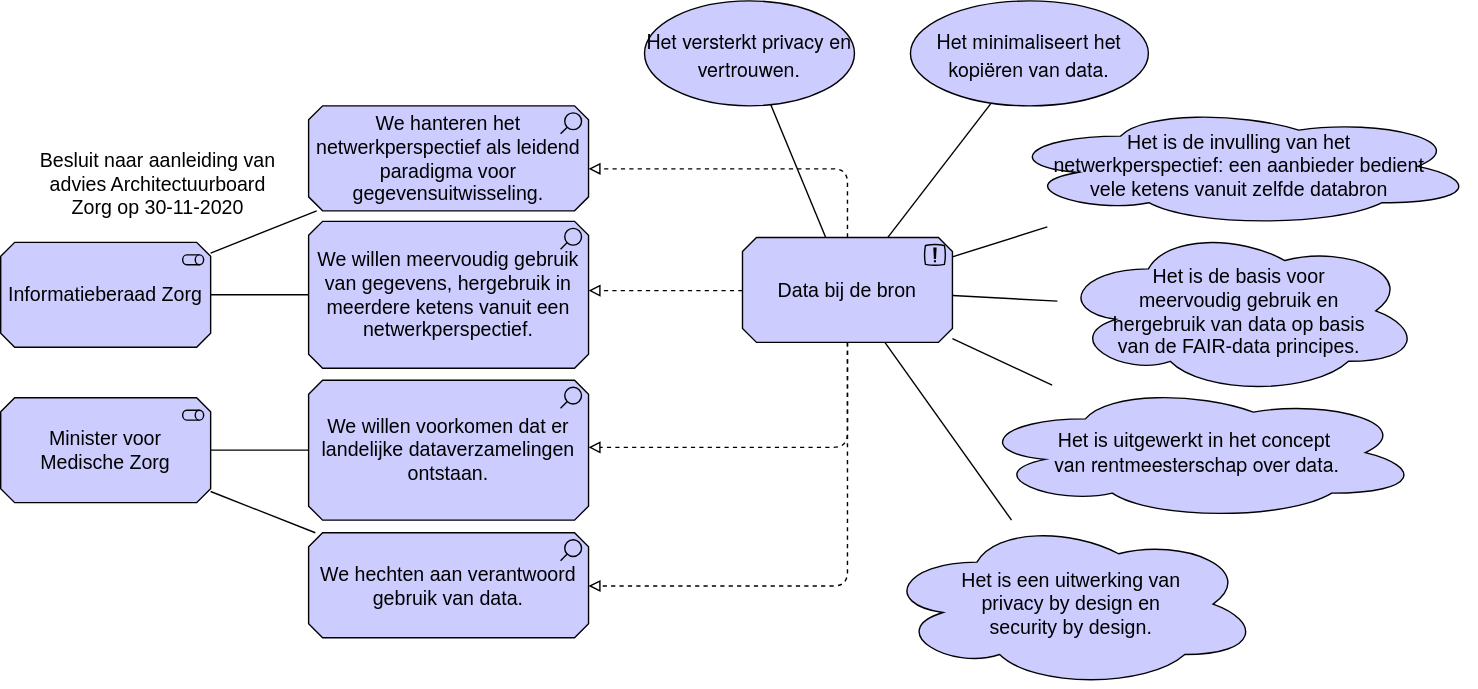
Above: .gitbook/assets/motivation/federateddata.svg in dizra/docs (draw.io), before the change. Source tidied: cells renumbered, new cells last; positions are measured from the earlier drawing's top-left corner, leaving out a move shared by most shapes.
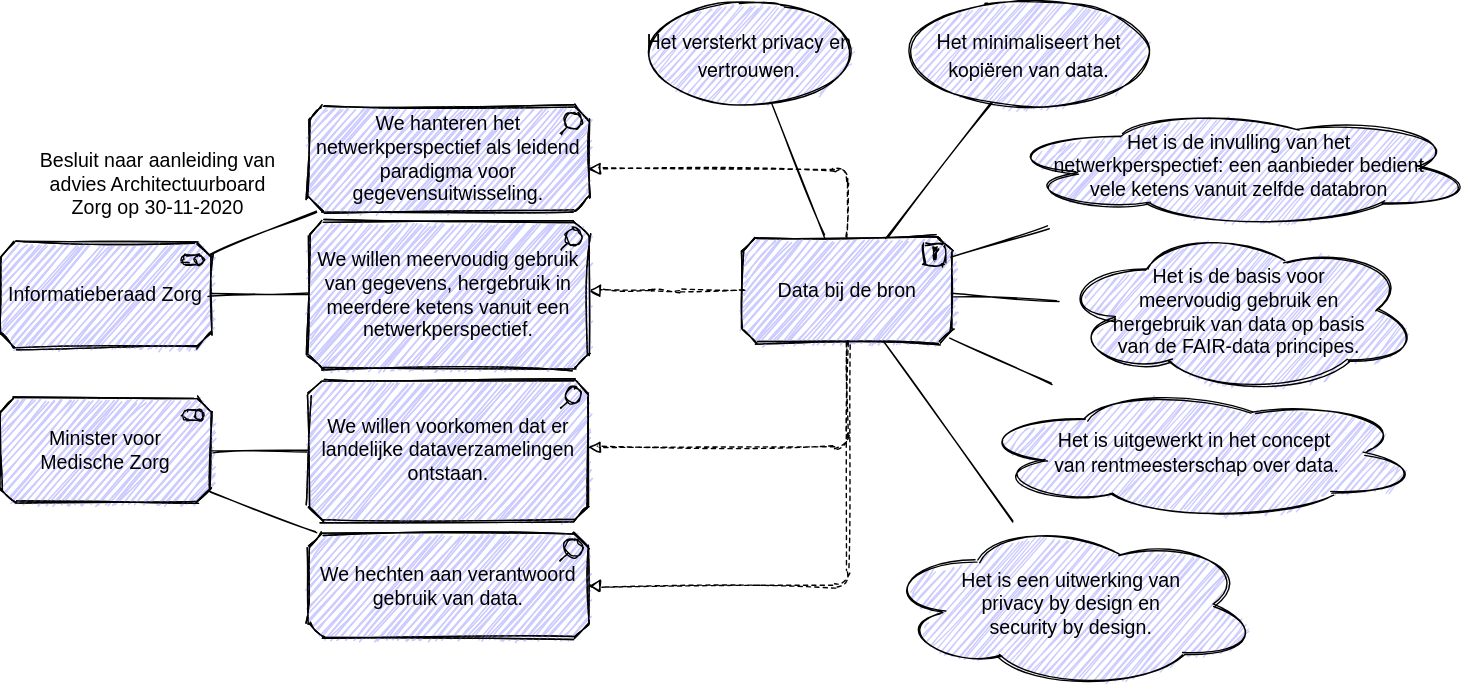
The same file after the commit.

Change to the diagram source:
```diff
@@ -2,96 +2,96 @@
   <root>
     <mxCell id="0" />
     <mxCell id="1" parent="0" />
-    <mxCell id="2" value="Data bij de bron" style="html=1;outlineConnect=0;whiteSpace=wrap;fillColor=#CCCCFF;shape=mxgraph.archimate3.application;appType=principle;archiType=oct;strokeColor=#000000;fontSize=14;fontColor=#000000;" parent="1" vertex="1">
+    <mxCell id="2" value="Data bij de bron" style="html=1;outlineConnect=0;whiteSpace=wrap;fillColor=#CCCCFF;shape=mxgraph.archimate3.application;appType=principle;archiType=oct;strokeColor=#000000;fontSize=14;fontColor=#000000;sketch=1;" parent="1" vertex="1">
       <mxGeometry x="530" y="169" width="150" height="75" as="geometry" />
     </mxCell>
-    <mxCell id="3" value="&lt;p class=&quot;p1&quot; style=&quot;margin: 0px ; font-stretch: normal ; font-size: 14px ; line-height: normal ; font-family: &amp;#34;helvetica neue&amp;#34;&quot;&gt;Het versterkt privacy en vertrouwen.&lt;/p&gt;" style="shape=ellipse;html=1;whiteSpace=wrap;fillColor=#CCCCFF;perimeter=ellipsePerimeter;strokeColor=#000000;fontSize=14;fontColor=#000000;" parent="1" vertex="1">
+    <mxCell id="3" value="&lt;p class=&quot;p1&quot; style=&quot;margin: 0px ; font-stretch: normal ; font-size: 14px ; line-height: normal ; font-family: &amp;#34;helvetica neue&amp;#34;&quot;&gt;Het versterkt privacy en vertrouwen.&lt;/p&gt;" style="shape=ellipse;html=1;whiteSpace=wrap;fillColor=#CCCCFF;perimeter=ellipsePerimeter;strokeColor=#000000;fontSize=14;fontColor=#000000;sketch=1;" parent="1" vertex="1">
       <mxGeometry x="460" width="150" height="75" as="geometry" />
     </mxCell>
-    <mxCell id="4" style="endArrow=none;html=1;fontSize=14;" parent="1" edge="1" source="2" target="3">
+    <mxCell id="4" style="endArrow=none;html=1;fontSize=14;sketch=1;" parent="1" edge="1" source="2" target="3">
       <mxGeometry relative="1" as="geometry" />
     </mxCell>
-    <mxCell id="5" value="Het is een uitwerking van &lt;br style=&quot;font-size: 14px&quot;&gt;privacy by design en &lt;br style=&quot;font-size: 14px&quot;&gt;security by design." style="shape=cloud;html=1;whiteSpace=wrap;fillColor=#CCCCFF;strokeColor=#000000;fontSize=14;fontColor=#000000;" parent="1" vertex="1">
+    <mxCell id="5" value="Het is een uitwerking van &lt;br style=&quot;font-size: 14px&quot;&gt;privacy by design en &lt;br style=&quot;font-size: 14px&quot;&gt;security by design." style="shape=cloud;html=1;whiteSpace=wrap;fillColor=#CCCCFF;strokeColor=#000000;fontSize=14;fontColor=#000000;sketch=1;" parent="1" vertex="1">
       <mxGeometry x="630" y="371" width="270" height="120" as="geometry" />
     </mxCell>
-    <mxCell id="6" style="endArrow=none;html=1;fontSize=14;" parent="1" edge="1" source="2" target="5">
+    <mxCell id="6" style="endArrow=none;html=1;fontSize=14;sketch=1;" parent="1" edge="1" source="2" target="5">
       <mxGeometry relative="1" as="geometry" />
     </mxCell>
-    <mxCell id="7" style="edgeStyle=elbowEdgeStyle;html=1;endArrow=block;elbow=vertical;endFill=0;dashed=1;" parent="1" edge="1" source="2" target="10">
+    <mxCell id="7" style="edgeStyle=elbowEdgeStyle;html=1;endArrow=block;elbow=vertical;endFill=0;dashed=1;sketch=1;" parent="1" edge="1" source="2" target="10">
       <mxGeometry relative="1" as="geometry" />
     </mxCell>
-    <mxCell id="8" value="Het is uitgewerkt in het concept&amp;nbsp;&lt;br style=&quot;font-size: 14px&quot;&gt;&lt;span style=&quot;font-family: &amp;#34;helvetica neue&amp;#34; ; font-size: 14px&quot;&gt;van rentmeesterschap over data.&lt;/span&gt;" style="shape=cloud;html=1;whiteSpace=wrap;fillColor=#CCCCFF;align=center;strokeColor=#000000;fontSize=14;fontColor=#000000;spacingLeft=30;spacingRight=30;" parent="1" vertex="1">
+    <mxCell id="8" value="Het is uitgewerkt in het concept&amp;nbsp;&lt;br style=&quot;font-size: 14px&quot;&gt;&lt;span style=&quot;font-family: &amp;#34;helvetica neue&amp;#34; ; font-size: 14px&quot;&gt;van rentmeesterschap over data.&lt;/span&gt;" style="shape=cloud;html=1;whiteSpace=wrap;fillColor=#CCCCFF;align=center;strokeColor=#000000;fontSize=14;fontColor=#000000;spacingLeft=30;spacingRight=30;sketch=1;" parent="1" vertex="1">
       <mxGeometry x="695" y="274.5" width="320" height="96.5" as="geometry" />
     </mxCell>
-    <mxCell id="9" style="endArrow=none;html=1;fontSize=14;" parent="1" edge="1" source="2" target="8">
+    <mxCell id="9" style="endArrow=none;html=1;fontSize=14;sketch=1;" parent="1" edge="1" source="2" target="8">
       <mxGeometry relative="1" as="geometry" />
     </mxCell>
-    <mxCell id="10" value="We willen meervoudig gebruik van gegevens, hergebruik in meerdere ketens vanuit een netwerkperspectief." style="html=1;outlineConnect=0;whiteSpace=wrap;fillColor=#CCCCFF;shape=mxgraph.archimate3.application;appType=assess;archiType=oct;fontSize=14;strokeColor=#000000;fontColor=#000000;" parent="1" vertex="1">
+    <mxCell id="10" value="We willen meervoudig gebruik van gegevens, hergebruik in meerdere ketens vanuit een netwerkperspectief." style="html=1;outlineConnect=0;whiteSpace=wrap;fillColor=#CCCCFF;shape=mxgraph.archimate3.application;appType=assess;archiType=oct;fontSize=14;strokeColor=#000000;fontColor=#000000;sketch=1;" parent="1" vertex="1">
       <mxGeometry x="220" y="157.5" width="200" height="105" as="geometry" />
     </mxCell>
-    <mxCell id="11" value="Informatieberaad Zorg" style="html=1;outlineConnect=0;whiteSpace=wrap;fillColor=#CCCCFF;shape=mxgraph.archimate3.application;appType=role;archiType=oct;fontSize=14;strokeColor=#000000;fontColor=#000000;" parent="1" vertex="1">
+    <mxCell id="11" value="Informatieberaad Zorg" style="html=1;outlineConnect=0;whiteSpace=wrap;fillColor=#CCCCFF;shape=mxgraph.archimate3.application;appType=role;archiType=oct;fontSize=14;strokeColor=#000000;fontColor=#000000;sketch=1;" parent="1" vertex="1">
       <mxGeometry y="172.5" width="150" height="75" as="geometry" />
     </mxCell>
-    <mxCell id="12" style="endArrow=none;html=1;fontSize=14;" parent="1" edge="1" source="10" target="11">
+    <mxCell id="12" style="endArrow=none;html=1;fontSize=14;sketch=1;" parent="1" edge="1" source="10" target="11">
       <mxGeometry relative="1" as="geometry" />
     </mxCell>
-    <mxCell id="13" value="We willen voorkomen dat er landelijke dataverzamelingen ontstaan." style="html=1;outlineConnect=0;whiteSpace=wrap;fillColor=#CCCCFF;shape=mxgraph.archimate3.application;appType=assess;archiType=oct;fontSize=14;" parent="1" vertex="1">
+    <mxCell id="13" value="We willen voorkomen dat er landelijke dataverzamelingen ontstaan." style="html=1;outlineConnect=0;whiteSpace=wrap;fillColor=#CCCCFF;shape=mxgraph.archimate3.application;appType=assess;archiType=oct;fontSize=14;sketch=1;" parent="1" vertex="1">
       <mxGeometry x="220" y="271" width="200" height="100" as="geometry" />
     </mxCell>
-    <mxCell id="14" value="We hechten aan verantwoord gebruik van data." style="html=1;outlineConnect=0;whiteSpace=wrap;fillColor=#CCCCFF;shape=mxgraph.archimate3.application;appType=assess;archiType=oct;fontSize=14;" parent="1" vertex="1">
+    <mxCell id="14" value="We hechten aan verantwoord gebruik van data." style="html=1;outlineConnect=0;whiteSpace=wrap;fillColor=#CCCCFF;shape=mxgraph.archimate3.application;appType=assess;archiType=oct;fontSize=14;sketch=1;" parent="1" vertex="1">
       <mxGeometry x="220" y="380" width="200" height="75" as="geometry" />
     </mxCell>
-    <mxCell id="15" value="Minister voor &lt;br&gt;Medische Zorg" style="html=1;outlineConnect=0;whiteSpace=wrap;fillColor=#CCCCFF;shape=mxgraph.archimate3.application;appType=role;archiType=oct;fontSize=14;strokeColor=#000000;fontColor=#000000;" parent="1" vertex="1">
+    <mxCell id="15" value="Minister voor &lt;br&gt;Medische Zorg" style="html=1;outlineConnect=0;whiteSpace=wrap;fillColor=#CCCCFF;shape=mxgraph.archimate3.application;appType=role;archiType=oct;fontSize=14;strokeColor=#000000;fontColor=#000000;sketch=1;" parent="1" vertex="1">
       <mxGeometry y="283.5" width="150" height="75" as="geometry" />
     </mxCell>
-    <mxCell id="16" style="endArrow=none;html=1;fontSize=14;" parent="1" edge="1" source="15" target="13">
+    <mxCell id="16" style="endArrow=none;html=1;fontSize=14;sketch=1;" parent="1" edge="1" source="15" target="13">
       <mxGeometry relative="1" as="geometry" />
     </mxCell>
-    <mxCell id="17" style="endArrow=none;html=1;fontSize=14;" parent="1" edge="1" source="15" target="14">
+    <mxCell id="17" style="endArrow=none;html=1;fontSize=14;sketch=1;" parent="1" edge="1" source="15" target="14">
       <mxGeometry relative="1" as="geometry" />
     </mxCell>
-    <mxCell id="18" style="edgeStyle=elbowEdgeStyle;html=1;endArrow=block;elbow=vertical;endFill=0;dashed=1;" parent="1" edge="1" source="2" target="13">
+    <mxCell id="18" style="edgeStyle=elbowEdgeStyle;html=1;endArrow=block;elbow=vertical;endFill=0;dashed=1;sketch=1;" parent="1" edge="1" source="2" target="13">
       <mxGeometry relative="1" as="geometry">
         <Array as="points">
           <mxPoint x="460" y="319" />
         </Array>
       </mxGeometry>
     </mxCell>
-    <mxCell id="19" style="edgeStyle=elbowEdgeStyle;html=1;endArrow=block;elbow=vertical;endFill=0;dashed=1;" parent="1" edge="1" source="2" target="14">
+    <mxCell id="19" style="edgeStyle=elbowEdgeStyle;html=1;endArrow=block;elbow=vertical;endFill=0;dashed=1;sketch=1;" parent="1" edge="1" source="2" target="14">
       <mxGeometry relative="1" as="geometry">
         <Array as="points">
           <mxPoint x="470" y="418" />
         </Array>
       </mxGeometry>
     </mxCell>
-    <mxCell id="20" value="&lt;p class=&quot;p1&quot; style=&quot;margin: 0px ; font-stretch: normal ; font-size: 14px ; line-height: normal ; font-family: &amp;#34;helvetica neue&amp;#34;&quot;&gt;Het minimaliseert het kopiëren van data.&lt;/p&gt;" style="shape=ellipse;html=1;whiteSpace=wrap;fillColor=#CCCCFF;perimeter=ellipsePerimeter;strokeColor=#000000;fontSize=14;fontColor=#000000;" parent="1" vertex="1">
+    <mxCell id="20" value="&lt;p class=&quot;p1&quot; style=&quot;margin: 0px ; font-stretch: normal ; font-size: 14px ; line-height: normal ; font-family: &amp;#34;helvetica neue&amp;#34;&quot;&gt;Het minimaliseert het kopiëren van data.&lt;/p&gt;" style="shape=ellipse;html=1;whiteSpace=wrap;fillColor=#CCCCFF;perimeter=ellipsePerimeter;strokeColor=#000000;fontSize=14;fontColor=#000000;sketch=1;" parent="1" vertex="1">
       <mxGeometry x="650" width="170" height="75" as="geometry" />
     </mxCell>
-    <mxCell id="21" style="endArrow=none;html=1;" parent="1" edge="1" source="2" target="20">
+    <mxCell id="21" style="endArrow=none;html=1;sketch=1;" parent="1" edge="1" source="2" target="20">
       <mxGeometry relative="1" as="geometry" />
     </mxCell>
-    <mxCell id="22" value="Het is de basis voor meervoudig gebruik en hergebruik van data op basis van de FAIR-data principes." style="shape=cloud;html=1;whiteSpace=wrap;fillColor=#CCCCFF;strokeColor=#000000;fontSize=14;fontColor=#000000;spacingLeft=30;spacingRight=30;" parent="1" vertex="1">
+    <mxCell id="22" value="Het is de basis voor meervoudig gebruik en hergebruik van data op basis van de FAIR-data principes." style="shape=cloud;html=1;whiteSpace=wrap;fillColor=#CCCCFF;strokeColor=#000000;fontSize=14;fontColor=#000000;spacingLeft=30;spacingRight=30;sketch=1;" parent="1" vertex="1">
       <mxGeometry x="755" y="161.5" width="260" height="120" as="geometry" />
     </mxCell>
-    <mxCell id="23" style="endArrow=none;html=1;fontSize=14;" parent="1" edge="1" source="2" target="22">
+    <mxCell id="23" style="endArrow=none;html=1;fontSize=14;sketch=1;" parent="1" edge="1" source="2" target="22">
       <mxGeometry relative="1" as="geometry" />
     </mxCell>
-    <mxCell id="24" value="Het is de invulling van het netwerkperspectief: een aanbieder bedient&lt;br style=&quot;font-size: 14px;&quot;&gt;vele ketens vanuit zelfde databron" style="shape=cloud;html=1;whiteSpace=wrap;fillColor=#CCCCFF;spacingLeft=30;spacingRight=30;fontSize=14;" parent="1" vertex="1">
+    <mxCell id="24" value="Het is de invulling van het netwerkperspectief: een aanbieder bedient&lt;br style=&quot;font-size: 14px;&quot;&gt;vele ketens vanuit zelfde databron" style="shape=cloud;html=1;whiteSpace=wrap;fillColor=#CCCCFF;spacingLeft=30;spacingRight=30;fontSize=14;sketch=1;" parent="1" vertex="1">
       <mxGeometry x="715" y="75" width="340" height="86.5" as="geometry" />
     </mxCell>
-    <mxCell id="25" style="endArrow=none;html=1;" parent="1" edge="1" source="24" target="2">
+    <mxCell id="25" style="endArrow=none;html=1;sketch=1;" parent="1" edge="1" source="24" target="2">
       <mxGeometry relative="1" as="geometry" />
     </mxCell>
-    <mxCell id="26" value="&lt;span id=&quot;docs-internal-guid-6d84e9aa-7fff-5964-343f-6350203eab74&quot; style=&quot;font-size: 14px&quot;&gt;&lt;span style=&quot;font-size: 14px ; font-family: &amp;#34;arial&amp;#34; ; background-color: transparent ; vertical-align: baseline&quot;&gt;We hanteren het netwerkperspectief als leidend paradigma voor gegevensuitwisseling.&lt;/span&gt;&lt;/span&gt;" style="html=1;outlineConnect=0;whiteSpace=wrap;fillColor=#CCCCFF;shape=mxgraph.archimate3.application;appType=assess;archiType=oct;fontSize=14;" parent="1" vertex="1">
+    <mxCell id="26" value="&lt;span id=&quot;docs-internal-guid-6d84e9aa-7fff-5964-343f-6350203eab74&quot; style=&quot;font-size: 14px&quot;&gt;&lt;span style=&quot;font-size: 14px ; font-family: &amp;#34;arial&amp;#34; ; background-color: transparent ; vertical-align: baseline&quot;&gt;We hanteren het netwerkperspectief als leidend paradigma voor gegevensuitwisseling.&lt;/span&gt;&lt;/span&gt;" style="html=1;outlineConnect=0;whiteSpace=wrap;fillColor=#CCCCFF;shape=mxgraph.archimate3.application;appType=assess;archiType=oct;fontSize=14;sketch=1;" parent="1" vertex="1">
       <mxGeometry x="220" y="75" width="200" height="75" as="geometry" />
     </mxCell>
-    <mxCell id="27" style="endArrow=none;html=1;fontSize=14;" parent="1" edge="1" source="11" target="26">
+    <mxCell id="27" style="endArrow=none;html=1;fontSize=14;sketch=1;" parent="1" edge="1" source="11" target="26">
       <mxGeometry relative="1" as="geometry" />
     </mxCell>
-    <mxCell id="28" value="Besluit naar aanleiding van advies Architectuurboard Zorg op 30-11-2020" style="text;html=1;strokeColor=none;fillColor=none;align=center;verticalAlign=middle;whiteSpace=wrap;rounded=0;fontSize=14;" parent="1" vertex="1">
+    <mxCell id="28" value="Besluit naar aanleiding van advies Architectuurboard Zorg op 30-11-2020" style="text;html=1;strokeColor=none;fillColor=none;align=center;verticalAlign=middle;whiteSpace=wrap;rounded=0;fontSize=14;sketch=1;" parent="1" vertex="1">
       <mxGeometry x="20" y="105" width="185" height="52.5" as="geometry" />
     </mxCell>
-    <mxCell id="29" style="edgeStyle=elbowEdgeStyle;html=1;endArrow=block;elbow=vertical;endFill=0;dashed=1;" parent="1" edge="1" source="2" target="26">
+    <mxCell id="29" style="edgeStyle=elbowEdgeStyle;html=1;endArrow=block;elbow=vertical;endFill=0;dashed=1;sketch=1;" parent="1" edge="1" source="2" target="26">
       <mxGeometry relative="1" as="geometry">
         <Array as="points">
           <mxPoint x="460" y="120" />
```
